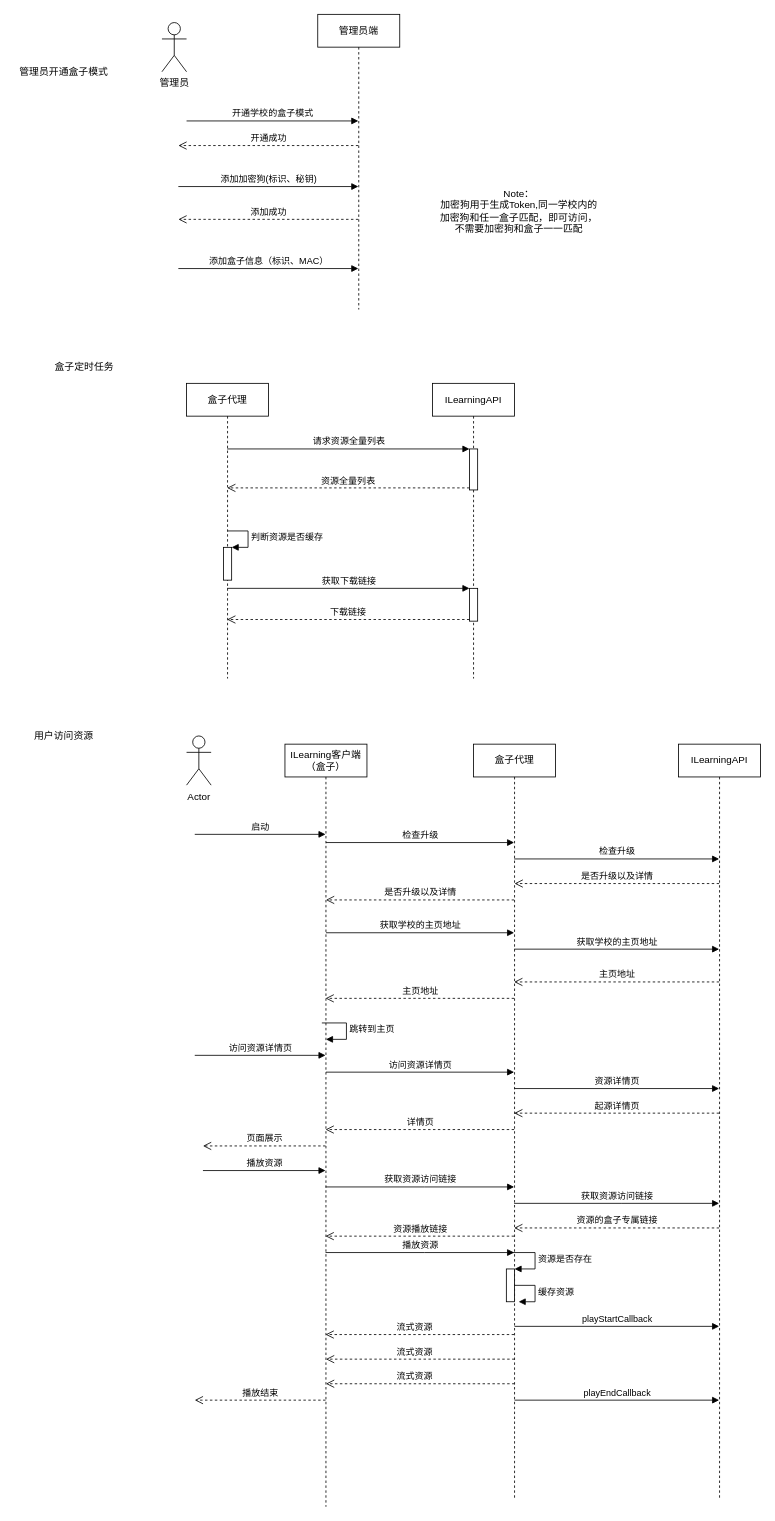
Above: ILearning盒子.drawio in CatCountry/glowing (draw.io), before the change. Source tidied: cells renumbered, new cells numbered last; positions are measured from the earlier drawing's top-left corner, leaving out a move shared by most shapes. Both pictures are drawn from the tidied source at 82%, with x=0, y=0 at pixel (14, 14).
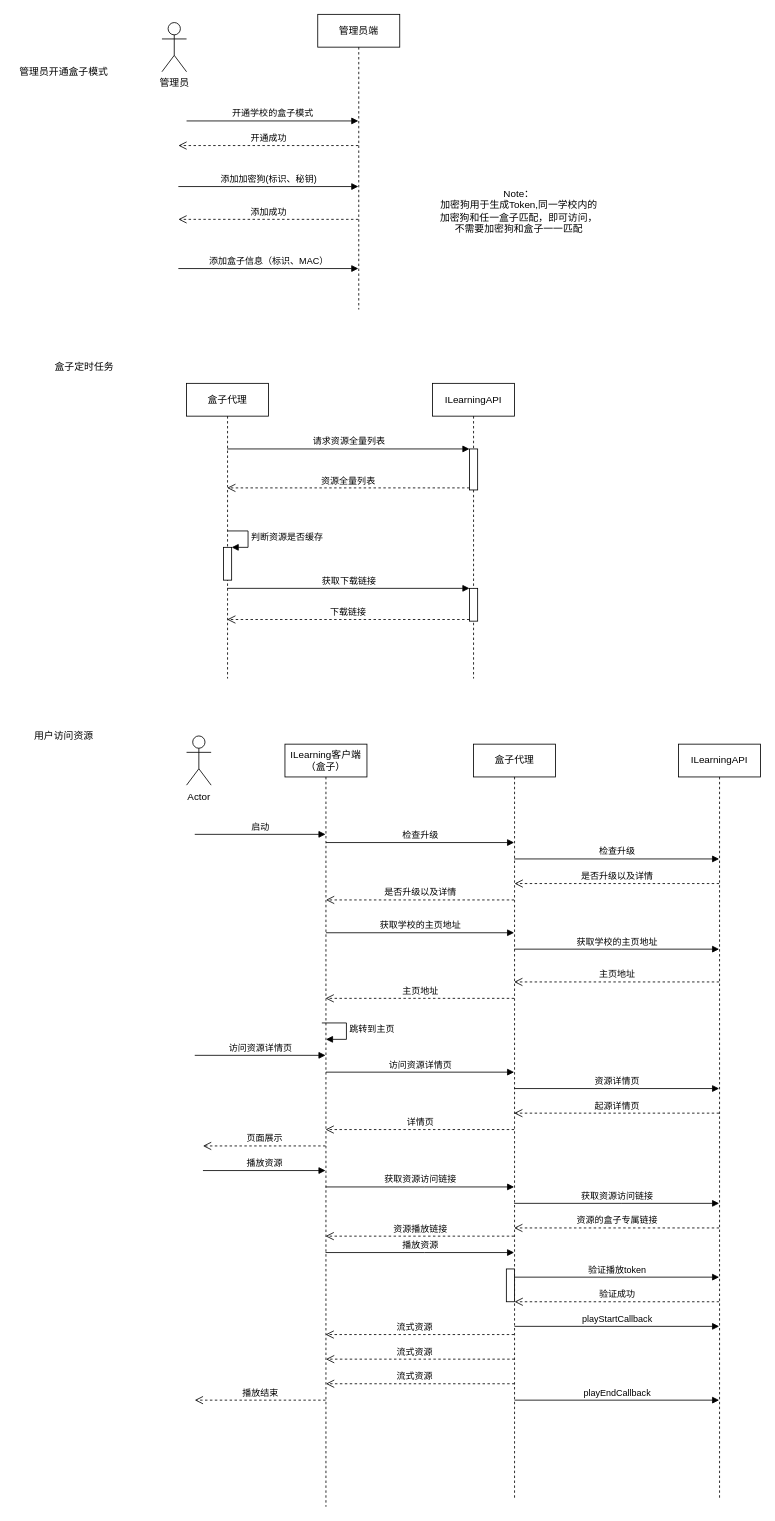
The same diagram, later.

Unchanged cells that the change refers to:
```xml
<mxCell id="30" value="盒子代理" style="shape=umlLifeline;perimeter=lifelinePerimeter;whiteSpace=wrap;html=1;outlineConnect=0;" parent="1" vertex="1">
  <mxGeometry x="560" y="890" width="100" height="920" as="geometry" />
</mxCell>
<mxCell id="32" style="html=1;points=[];perimeter=orthogonalPerimeter;" parent="30" vertex="1">
  <mxGeometry x="40" y="640" width="10" height="40" as="geometry" />
</mxCell>
<mxCell id="36" value="ILearningAPI" style="shape=umlLifeline;perimeter=lifelinePerimeter;whiteSpace=wrap;html=1;outlineConnect=0;" parent="1" vertex="1">
  <mxGeometry x="810" y="890" width="100" height="920" as="geometry" />
</mxCell>
```

Diff of the diagram source:
```diff
@@
-    <mxCell id="33" value="资源是否存在" style="edgeStyle=orthogonalEdgeStyle;html=1;align=left;spacingLeft=2;endArrow=block;rounded=0;entryX=1;entryY=0;" parent="30" edge="1" target="32">
-      <mxGeometry relative="1" as="geometry">
-        <mxPoint x="45" y="620" as="sourcePoint" />
-        <Array as="points">
-          <mxPoint x="75" y="620" />
-        </Array>
-      </mxGeometry>
-    </mxCell>
@@
-    <mxCell id="35" value="缓存资源" style="edgeStyle=orthogonalEdgeStyle;html=1;align=left;spacingLeft=2;endArrow=block;rounded=0;entryX=1;entryY=0;" parent="30" edge="1">
-      <mxGeometry relative="1" as="geometry">
-        <mxPoint x="50" y="660" as="sourcePoint" />
-        <mxPoint x="55" y="680" as="targetPoint" />
-        <Array as="points">
-          <mxPoint x="75" y="660" />
-          <mxPoint x="75" y="680" />
-        </Array>
-      </mxGeometry>
-    </mxCell>
+    <mxCell id="58" value="验证播放token" style="html=1;verticalAlign=bottom;endArrow=block;rounded=0;" parent="30" edge="1" target="36">
+      <mxGeometry relative="1" as="geometry">
+        <mxPoint x="50" y="650" as="sourcePoint" />
+      </mxGeometry>
+    </mxCell>
@@
+    <mxCell id="59" value="验证成功" style="html=1;verticalAlign=bottom;endArrow=open;dashed=1;endSize=8;rounded=0;" parent="1" edge="1" source="36" target="32">
+      <mxGeometry relative="1" as="geometry">
+        <Array as="points">
+          <mxPoint x="730" y="1570" />
+        </Array>
+      </mxGeometry>
+    </mxCell>
```
